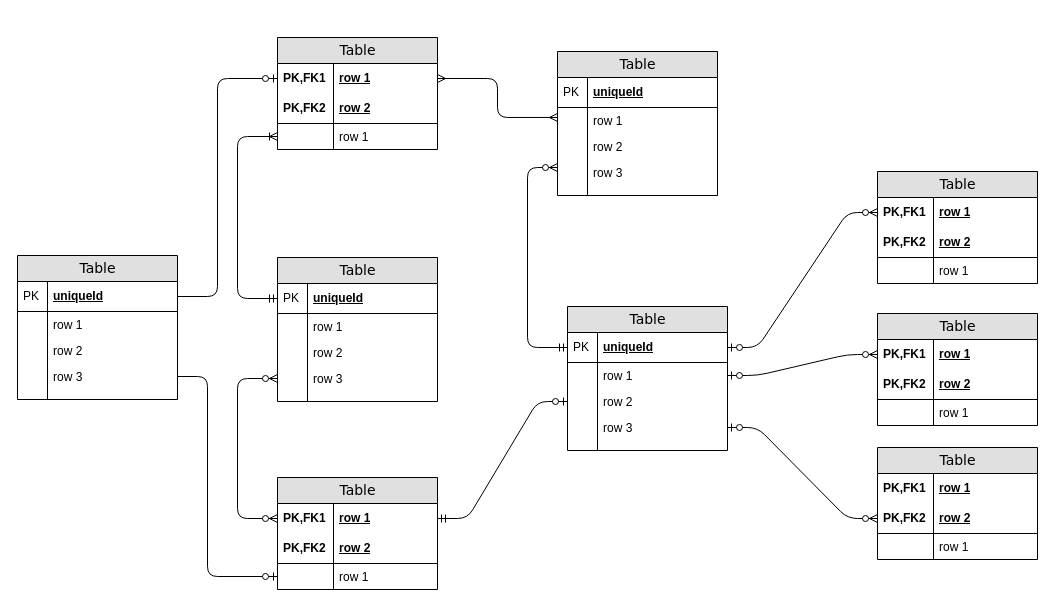
Above: Fantasy_Football/Untitled Diagram.drawio in tkalexander594/Football-Stats (draw.io), before the change. Source tidied: cells renumbered, new cells numbered last; positions are measured from the earlier drawing's top-left corner, leaving out a move shared by most shapes. Both pictures are drawn from the tidied source at 100%, with x=0, y=0 at pixel (17, 37).
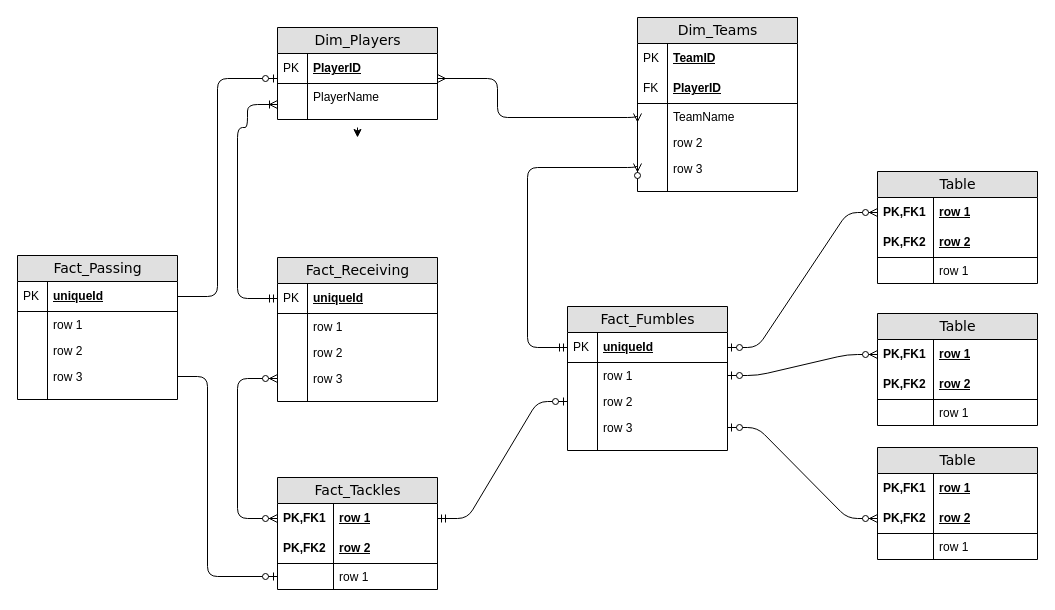
The same diagram, later.

The change refers to these unchanged cells:
```xml
<mxCell id="21" value="uniqueId" style="shape=partialRectangle;top=0;left=0;right=0;bottom=1;html=1;align=left;verticalAlign=middle;fillColor=none;spacingLeft=34;spacingRight=4;whiteSpace=wrap;overflow=hidden;points=[[0,0.5],[1,0.5]];portConstraint=eastwest;fontStyle=5;" parent="20" vertex="1">
  <mxGeometry y="26" width="160" height="30" as="geometry" />
</mxCell>
<mxCell id="79" value="uniqueId" style="shape=partialRectangle;top=0;left=0;right=0;bottom=1;html=1;align=left;verticalAlign=middle;fillColor=none;spacingLeft=34;spacingRight=4;whiteSpace=wrap;overflow=hidden;points=[[0,0.5],[1,0.5]];portConstraint=eastwest;fontStyle=5;" parent="78" vertex="1">
  <mxGeometry y="26" width="160" height="30" as="geometry" />
</mxCell>
```

Diff of the diagram source:
```diff
@@
-    <mxCell id="2" value="Table" style="swimlane;html=1;fontStyle=0;horizontal=1;startSize=26;fillColor=#e0e0e0;swimlaneFillColor=#ffffff;align=center;rounded=0;shadow=0;comic=0;labelBackgroundColor=none;strokeWidth=1;fontFamily=Verdana;fontSize=14;" parent="1" vertex="1">
-      <mxGeometry x="260" width="160" height="112" as="geometry" />
-    </mxCell>
-    <mxCell id="3" value="row 1" style="shape=partialRectangle;top=0;left=0;right=0;bottom=0;html=1;align=left;verticalAlign=middle;fillColor=none;spacingLeft=60;spacingRight=4;whiteSpace=wrap;overflow=hidden;points=[[0,0.5],[1,0.5]];portConstraint=eastwest;fontStyle=5;" parent="2" vertex="1">
-      <mxGeometry y="26" width="160" height="30" as="geometry" />
-    </mxCell>
-    <mxCell id="4" value="PK,FK1" style="shape=partialRectangle;fontStyle=1;top=0;left=0;bottom=0;html=1;fillColor=none;align=left;verticalAlign=middle;spacingLeft=4;spacingRight=4;whiteSpace=wrap;overflow=hidden;" parent="3" vertex="1">
-      <mxGeometry width="56" height="30" as="geometry" />
-    </mxCell>
-    <mxCell id="5" value="row 2" style="shape=partialRectangle;top=0;left=0;right=0;bottom=1;html=1;align=left;verticalAlign=middle;fillColor=none;spacingLeft=60;spacingRight=4;whiteSpace=wrap;overflow=hidden;fontStyle=5;" parent="2" vertex="1">
-      <mxGeometry y="56" width="160" height="30" as="geometry" />
-    </mxCell>
-    <mxCell id="6" value="PK,FK2" style="shape=partialRectangle;fontStyle=1;top=0;left=0;bottom=0;html=1;fillColor=none;align=left;verticalAlign=middle;spacingLeft=4;spacingRight=4;whiteSpace=wrap;overflow=hidden;" parent="5" vertex="1">
-      <mxGeometry width="56" height="30" as="geometry" />
-    </mxCell>
-    <mxCell id="7" value="row 1" style="shape=partialRectangle;top=0;left=0;right=0;bottom=0;html=1;align=left;verticalAlign=top;fillColor=none;spacingLeft=60;spacingRight=4;whiteSpace=wrap;overflow=hidden;points=[[0,0.5],[1,0.5]];portConstraint=eastwest;" parent="2" vertex="1">
-      <mxGeometry y="86" width="160" height="26" as="geometry" />
-    </mxCell>
-    <mxCell id="8" style="shape=partialRectangle;top=0;left=0;bottom=0;html=1;fillColor=none;align=left;verticalAlign=top;spacingLeft=4;spacingRight=4;whiteSpace=wrap;overflow=hidden;" parent="7" vertex="1">
-      <mxGeometry width="56" height="26" as="geometry" />
-    </mxCell>
-    <mxCell id="9" value="Table" style="swimlane;html=1;fontStyle=0;horizontal=1;startSize=26;fillColor=#e0e0e0;swimlaneFillColor=#ffffff;align=center;rounded=0;shadow=0;comic=0;labelBackgroundColor=none;strokeWidth=1;fontFamily=Verdana;fontSize=14;swimlaneLine=1;" parent="1" vertex="1">
-      <mxGeometry x="540" y="14" width="160" height="144" as="geometry" />
+    <mxCell id="9" value="Dim_Teams" style="swimlane;html=1;fontStyle=0;horizontal=1;startSize=26;fillColor=#e0e0e0;swimlaneFillColor=#ffffff;align=center;rounded=0;shadow=0;comic=0;labelBackgroundColor=none;strokeWidth=1;fontFamily=Verdana;fontSize=14;swimlaneLine=1;" parent="1" vertex="1">
+      <mxGeometry x="620" y="-20" width="160" height="174" as="geometry" />
     </mxCell>
+    <mxCell id="91" value="TeamID" style="shape=partialRectangle;top=0;left=0;right=0;bottom=1;html=1;align=left;verticalAlign=middle;fillColor=none;spacingLeft=34;spacingRight=4;whiteSpace=wrap;overflow=hidden;fontStyle=5;strokeColor=none;" parent="9" vertex="1">
+      <mxGeometry y="26" width="160" height="30" as="geometry" />
+    </mxCell>
+    <mxCell id="92" value="PK" style="shape=partialRectangle;top=0;left=0;bottom=0;html=1;fillColor=none;align=left;verticalAlign=middle;spacingLeft=4;spacingRight=4;whiteSpace=wrap;overflow=hidden;" parent="91" vertex="1">
+      <mxGeometry width="30" height="30" as="geometry" />
+    </mxCell>
-    <mxCell id="10" value="uniqueId" style="shape=partialRectangle;top=0;left=0;right=0;bottom=1;html=1;align=left;verticalAlign=middle;fillColor=none;spacingLeft=34;spacingRight=4;whiteSpace=wrap;overflow=hidden;fontStyle=5;" parent="9" vertex="1">
-      <mxGeometry y="26" width="160" height="30" as="geometry" />
+    <mxCell id="10" value="PlayerID" style="shape=partialRectangle;top=0;left=0;right=0;bottom=1;html=1;align=left;verticalAlign=middle;fillColor=none;spacingLeft=34;spacingRight=4;whiteSpace=wrap;overflow=hidden;fontStyle=5;strokeColor=default;" parent="9" vertex="1">
+      <mxGeometry y="56" width="160" height="30" as="geometry" />
     </mxCell>
-    <mxCell id="11" value="PK" style="shape=partialRectangle;top=0;left=0;bottom=0;html=1;fillColor=none;align=left;verticalAlign=middle;spacingLeft=4;spacingRight=4;whiteSpace=wrap;overflow=hidden;" parent="10" vertex="1">
+    <mxCell id="11" value="FK" style="shape=partialRectangle;top=0;left=0;bottom=0;html=1;fillColor=none;align=left;verticalAlign=middle;spacingLeft=4;spacingRight=4;whiteSpace=wrap;overflow=hidden;" parent="10" vertex="1">
       <mxGeometry width="30" height="30" as="geometry" />
     </mxCell>
-    <mxCell id="12" value="row 1" style="shape=partialRectangle;top=0;left=0;right=0;bottom=0;html=1;align=left;verticalAlign=top;fillColor=none;spacingLeft=34;spacingRight=4;whiteSpace=wrap;overflow=hidden;points=[[0,0.5],[1,0.5]];portConstraint=eastwest;" parent="9" vertex="1">
-      <mxGeometry y="56" width="160" height="26" as="geometry" />
+    <mxCell id="12" value="TeamName" style="shape=partialRectangle;top=0;left=0;right=0;bottom=0;html=1;align=left;verticalAlign=top;fillColor=none;spacingLeft=34;spacingRight=4;whiteSpace=wrap;overflow=hidden;points=[[0,0.5],[1,0.5]];portConstraint=eastwest;" parent="9" vertex="1">
+      <mxGeometry y="86" width="160" height="26" as="geometry" />
     </mxCell>
@@
     <mxCell id="14" value="row 2" style="shape=partialRectangle;top=0;left=0;right=0;bottom=0;html=1;align=left;verticalAlign=top;fillColor=none;spacingLeft=34;spacingRight=4;whiteSpace=wrap;overflow=hidden;" parent="9" vertex="1">
-      <mxGeometry y="82" width="160" height="26" as="geometry" />
+      <mxGeometry y="112" width="160" height="26" as="geometry" />
     </mxCell>
@@
     <mxCell id="16" value="row 3" style="shape=partialRectangle;top=0;left=0;right=0;bottom=0;html=1;align=left;verticalAlign=top;fillColor=none;spacingLeft=34;spacingRight=4;whiteSpace=wrap;overflow=hidden;points=[[0,0.5],[1,0.5]];portConstraint=eastwest;" parent="9" vertex="1">
-      <mxGeometry y="108" width="160" height="26" as="geometry" />
+      <mxGeometry y="138" width="160" height="26" as="geometry" />
     </mxCell>
@@
     <mxCell id="18" style="shape=partialRectangle;top=0;left=0;right=0;bottom=0;html=1;align=left;verticalAlign=top;fillColor=none;spacingLeft=34;spacingRight=4;whiteSpace=wrap;overflow=hidden;" parent="9" vertex="1">
-      <mxGeometry y="134" width="160" height="10" as="geometry" />
+      <mxGeometry y="164" width="160" height="10" as="geometry" />
     </mxCell>
@@
-    <mxCell id="20" value="Table" style="swimlane;html=1;fontStyle=0;horizontal=1;startSize=26;fillColor=#e0e0e0;swimlaneFillColor=#ffffff;align=center;rounded=0;shadow=0;comic=0;labelBackgroundColor=none;strokeWidth=1;fontFamily=Verdana;fontSize=14;" parent="1" vertex="1">
+    <mxCell id="20" value="Fact_Receiving" style="swimlane;html=1;fontStyle=0;horizontal=1;startSize=26;fillColor=#e0e0e0;swimlaneFillColor=#ffffff;align=center;rounded=0;shadow=0;comic=0;labelBackgroundColor=none;strokeWidth=1;fontFamily=Verdana;fontSize=14;" parent="1" vertex="1">
       <mxGeometry x="260" y="220" width="160" height="144" as="geometry" />
     </mxCell>
@@
-    <mxCell id="31" value="Table" style="swimlane;html=1;fontStyle=0;horizontal=1;startSize=26;fillColor=#e0e0e0;swimlaneFillColor=#ffffff;align=center;rounded=0;shadow=0;comic=0;labelBackgroundColor=none;strokeWidth=1;fontFamily=Verdana;fontSize=14;" parent="1" vertex="1">
+    <mxCell id="31" value="Fact_Fumbles" style="swimlane;html=1;fontStyle=0;horizontal=1;startSize=26;fillColor=#e0e0e0;swimlaneFillColor=#ffffff;align=center;rounded=0;shadow=0;comic=0;labelBackgroundColor=none;strokeWidth=1;fontFamily=Verdana;fontSize=14;" parent="1" vertex="1">
       <mxGeometry x="550" y="269" width="160" height="144" as="geometry" />
     </mxCell>
@@
-    <mxCell id="49" value="Table" style="swimlane;html=1;fontStyle=0;horizontal=1;startSize=26;fillColor=#e0e0e0;swimlaneFillColor=#ffffff;align=center;rounded=0;shadow=0;comic=0;labelBackgroundColor=none;strokeWidth=1;fontFamily=Verdana;fontSize=14;" parent="1" vertex="1">
+    <mxCell id="49" value="Fact_Tackles" style="swimlane;html=1;fontStyle=0;horizontal=1;startSize=26;fillColor=#e0e0e0;swimlaneFillColor=#ffffff;align=center;rounded=0;shadow=0;comic=0;labelBackgroundColor=none;strokeWidth=1;fontFamily=Verdana;fontSize=14;" parent="1" vertex="1">
       <mxGeometry x="260" y="440" width="160" height="112" as="geometry" />
     </mxCell>
@@
-    <mxCell id="56" style="edgeStyle=orthogonalEdgeStyle;html=1;endArrow=ERoneToMany;startArrow=ERmandOne;labelBackgroundColor=none;fontFamily=Verdana;fontSize=14;entryX=0;entryY=0.5;exitX=0;exitY=0.5;" parent="1" edge="1" source="21" target="7">
+    <mxCell id="56" style="edgeStyle=orthogonalEdgeStyle;html=1;endArrow=ERoneToMany;startArrow=ERmandOne;labelBackgroundColor=none;fontFamily=Verdana;fontSize=14;entryX=0;entryY=0.5;exitX=0;exitY=0.5;" parent="1" edge="1" source="21">
       <mxGeometry relative="1" as="geometry">
+        <mxPoint x="260" y="67" as="targetPoint" />
         <Array as="points">
           <mxPoint x="220" y="261" />
-          <mxPoint x="220" y="99" />
+          <mxPoint x="220" y="90" />
+          <mxPoint x="230" y="90" />
+          <mxPoint x="230" y="67" />
         </Array>
       </mxGeometry>
     </mxCell>
@@
-    <mxCell id="58" style="edgeStyle=orthogonalEdgeStyle;html=1;endArrow=ERmany;startArrow=ERmany;labelBackgroundColor=none;fontFamily=Verdana;fontSize=14;entryX=1;entryY=0.5;exitX=0;exitY=0.383;exitPerimeter=0;" parent="1" edge="1" source="12" target="3">
+    <mxCell id="58" style="edgeStyle=orthogonalEdgeStyle;html=1;endArrow=ERmany;startArrow=ERmany;labelBackgroundColor=none;fontFamily=Verdana;fontSize=14;entryX=1;entryY=0.5;exitX=0;exitY=0.383;exitPerimeter=0;" parent="1" edge="1" source="12">
       <mxGeometry relative="1" as="geometry">
+        <mxPoint x="420" y="41" as="targetPoint" />
         <Array as="points">
           <mxPoint x="480" y="80" />
           <mxPoint x="480" y="41" />
         </Array>
       </mxGeometry>
     </mxCell>
@@
-    <mxCell id="78" value="Table" style="swimlane;html=1;fontStyle=0;horizontal=1;startSize=26;fillColor=#e0e0e0;swimlaneFillColor=#ffffff;align=center;rounded=0;shadow=0;comic=0;labelBackgroundColor=none;strokeWidth=1;fontFamily=Verdana;fontSize=14;" parent="1" vertex="1">
+    <mxCell id="78" value="Fact_Passing" style="swimlane;html=1;fontStyle=0;horizontal=1;startSize=26;fillColor=#e0e0e0;swimlaneFillColor=#ffffff;align=center;rounded=0;shadow=0;comic=0;labelBackgroundColor=none;strokeWidth=1;fontFamily=Verdana;fontSize=14;" parent="1" vertex="1">
       <mxGeometry y="218" width="160" height="144" as="geometry" />
     </mxCell>
@@
-    <mxCell id="89" style="edgeStyle=orthogonalEdgeStyle;html=1;endArrow=ERzeroToOne;endFill=1;labelBackgroundColor=none;fontFamily=Verdana;fontSize=14;entryX=0;entryY=0.5;exitX=1;exitY=0.5;" parent="1" edge="1" source="79" target="3">
+    <mxCell id="89" style="edgeStyle=orthogonalEdgeStyle;html=1;endArrow=ERzeroToOne;endFill=1;labelBackgroundColor=none;fontFamily=Verdana;fontSize=14;entryX=0;entryY=0.5;exitX=1;exitY=0.5;" parent="1" edge="1" source="79">
       <mxGeometry relative="1" as="geometry">
+        <mxPoint x="260" y="41" as="targetPoint" />
         <Array as="points">
           <mxPoint x="200" y="259" />
           <mxPoint x="200" y="41" />
         </Array>
       </mxGeometry>
     </mxCell>
@@
+    <mxCell id="93" style="edgeStyle=orthogonalEdgeStyle;rounded=0;orthogonalLoop=1;jettySize=auto;html=1;" parent="1" edge="1">
+      <mxGeometry relative="1" as="geometry">
+        <mxPoint x="340" y="90" as="sourcePoint" />
+        <mxPoint x="340" y="100" as="targetPoint" />
+      </mxGeometry>
+    </mxCell>
+    <mxCell id="94" value="Dim_Players" style="swimlane;html=1;fontStyle=0;horizontal=1;startSize=26;fillColor=#e0e0e0;swimlaneFillColor=#ffffff;align=center;rounded=0;shadow=0;comic=0;labelBackgroundColor=none;strokeWidth=1;fontFamily=Verdana;fontSize=14;swimlaneLine=1;" parent="1" vertex="1">
+      <mxGeometry x="260" y="-10" width="160" height="92" as="geometry" />
+    </mxCell>
+    <mxCell id="95" value="PlayerID" style="shape=partialRectangle;top=0;left=0;right=0;bottom=1;html=1;align=left;verticalAlign=middle;fillColor=none;spacingLeft=34;spacingRight=4;whiteSpace=wrap;overflow=hidden;fontStyle=5;" parent="94" vertex="1">
+      <mxGeometry y="26" width="160" height="30" as="geometry" />
+    </mxCell>
+    <mxCell id="96" value="PK" style="shape=partialRectangle;top=0;left=0;bottom=0;html=1;fillColor=none;align=left;verticalAlign=middle;spacingLeft=4;spacingRight=4;whiteSpace=wrap;overflow=hidden;" parent="95" vertex="1">
+      <mxGeometry width="30" height="30" as="geometry" />
+    </mxCell>
+    <mxCell id="97" value="PlayerName" style="shape=partialRectangle;top=0;left=0;right=0;bottom=0;html=1;align=left;verticalAlign=top;fillColor=none;spacingLeft=34;spacingRight=4;whiteSpace=wrap;overflow=hidden;" parent="94" vertex="1">
+      <mxGeometry y="56" width="160" height="26" as="geometry" />
+    </mxCell>
+    <mxCell id="98" style="shape=partialRectangle;top=0;left=0;bottom=0;html=1;fillColor=none;align=left;verticalAlign=top;spacingLeft=4;spacingRight=4;whiteSpace=wrap;overflow=hidden;" parent="97" vertex="1">
+      <mxGeometry width="30" height="26" as="geometry" />
+    </mxCell>
+    <mxCell id="99" style="shape=partialRectangle;top=0;left=0;right=0;bottom=0;html=1;align=left;verticalAlign=top;fillColor=none;spacingLeft=34;spacingRight=4;whiteSpace=wrap;overflow=hidden;" parent="94" vertex="1">
+      <mxGeometry y="82" width="160" height="10" as="geometry" />
+    </mxCell>
+    <mxCell id="100" style="shape=partialRectangle;top=0;left=0;bottom=0;html=1;fillColor=none;align=left;verticalAlign=top;spacingLeft=4;spacingRight=4;whiteSpace=wrap;overflow=hidden;" parent="99" vertex="1">
+      <mxGeometry width="30" height="10" as="geometry" />
+    </mxCell>
```
